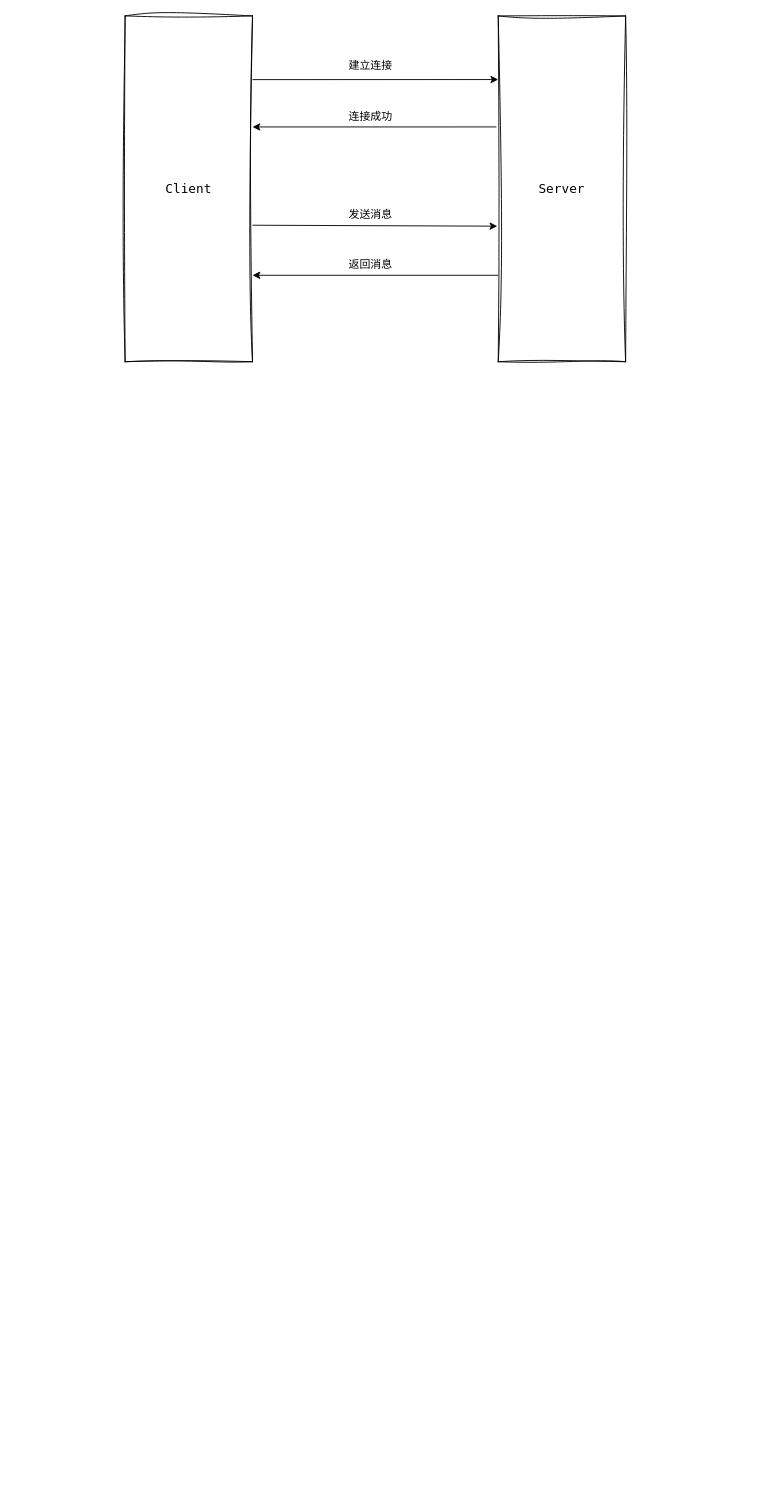
This is page "第 6 页" (6 of 9) of Drawio/Netty.drawio from xinzhuxiansheng/blog-notes, a draw.io file, before an edit. Source tidied: cells renumbered, new cells numbered last; positions are measured from the earlier drawing's top-left corner, leaving out a move shared by most shapes. Both pictures are drawn from the tidied source at 91%, with x=0, y=0 at pixel (125, 15).
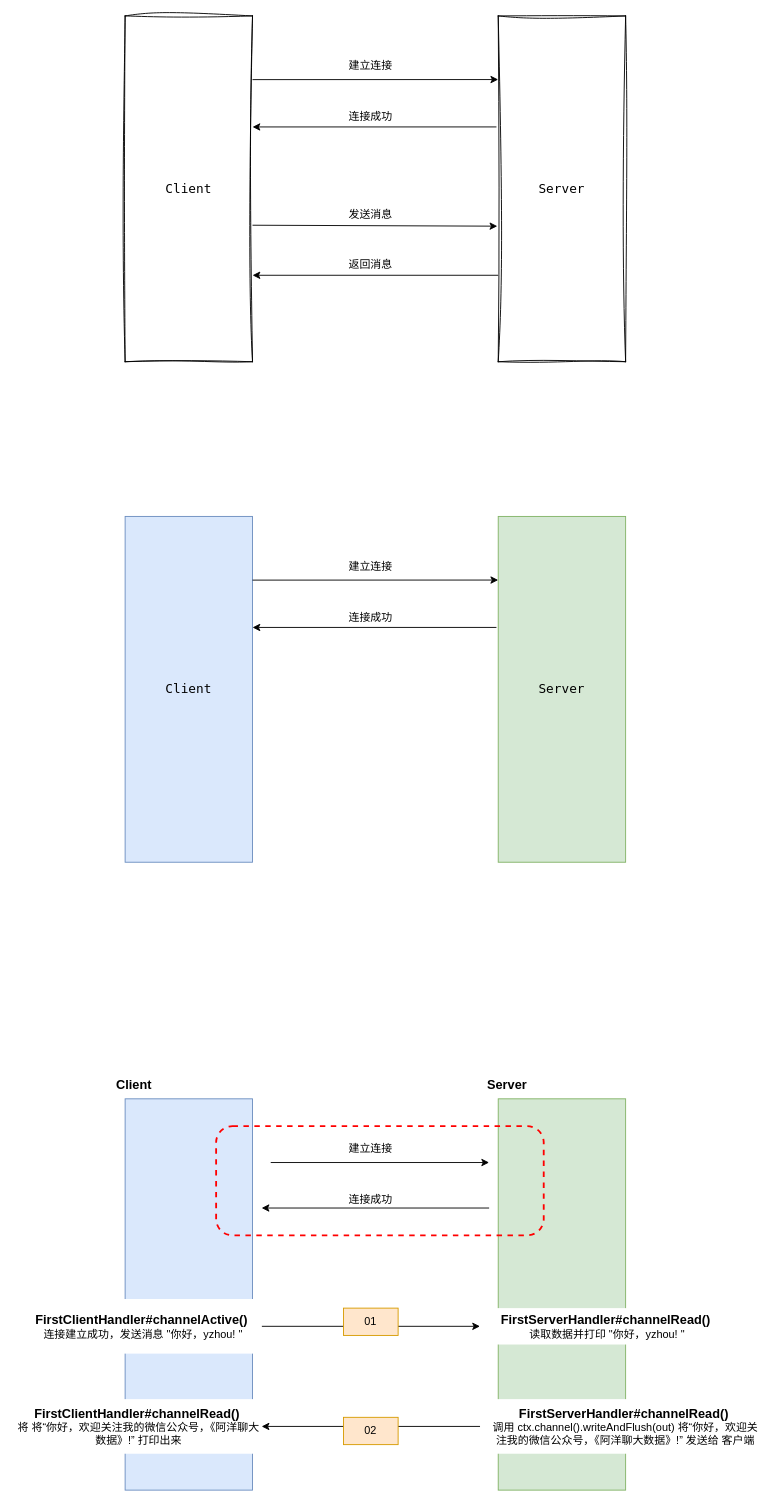
After the change.

Diff of the diagram source:
```diff
@@
+    <mxCell id="12" value="Client" style="rounded=0;whiteSpace=wrap;html=1;fontFamily=Lucida Console;fontSize=14;fillColor=#dae8fc;strokeColor=#6c8ebf;" parent="1" vertex="1">
+      <mxGeometry y="550" width="140" height="380" as="geometry" />
+    </mxCell>
+    <mxCell id="13" value="Server" style="rounded=0;whiteSpace=wrap;html=1;fontFamily=Lucida Console;fontSize=14;fillColor=#d5e8d4;strokeColor=#82b366;" parent="1" vertex="1">
+      <mxGeometry x="410" y="550" width="140" height="380" as="geometry" />
+    </mxCell>
+    <mxCell id="14" style="endArrow=classic;html=1;rounded=0;entryX=0;entryY=0.184;entryDx=0;entryDy=0;entryPerimeter=0;" parent="1" edge="1" target="13">
+      <mxGeometry relative="1" as="geometry">
+        <mxPoint x="140" y="620" as="sourcePoint" />
+      </mxGeometry>
+    </mxCell>
+    <mxCell id="15" value="建立连接" style="text;html=1;strokeColor=none;fillColor=none;align=center;verticalAlign=middle;whiteSpace=wrap;rounded=0;" parent="1" vertex="1">
+      <mxGeometry x="240" y="590" width="60" height="30" as="geometry" />
+    </mxCell>
+    <mxCell id="16" style="endArrow=classic;html=1;rounded=0;exitX=-0.014;exitY=0.321;exitDx=0;exitDy=0;exitPerimeter=0;" parent="1" edge="1" source="13">
+      <mxGeometry relative="1" as="geometry">
+        <mxPoint x="140" y="672" as="targetPoint" />
+      </mxGeometry>
+    </mxCell>
+    <mxCell id="17" value="连接成功" style="text;html=1;strokeColor=none;fillColor=none;align=center;verticalAlign=middle;whiteSpace=wrap;rounded=0;" parent="1" vertex="1">
+      <mxGeometry x="240" y="646" width="60" height="30" as="geometry" />
+    </mxCell>
+    <mxCell id="18" style="rounded=0;whiteSpace=wrap;html=1;fontFamily=Lucida Console;fontSize=14;fillColor=#dae8fc;strokeColor=#6c8ebf;" parent="1" vertex="1">
+      <mxGeometry y="1190" width="140" height="430" as="geometry" />
+    </mxCell>
+    <mxCell id="19" style="rounded=0;whiteSpace=wrap;html=1;fontFamily=Lucida Console;fontSize=14;fillColor=#d5e8d4;strokeColor=#82b366;" parent="1" vertex="1">
+      <mxGeometry x="410" y="1190" width="140" height="430" as="geometry" />
+    </mxCell>
+    <mxCell id="20" style="endArrow=classic;html=1;rounded=0;" parent="1" edge="1">
+      <mxGeometry relative="1" as="geometry">
+        <mxPoint x="160" y="1260" as="sourcePoint" />
+        <mxPoint x="400" y="1260" as="targetPoint" />
+      </mxGeometry>
+    </mxCell>
+    <mxCell id="21" value="建立连接" style="text;html=1;strokeColor=none;fillColor=none;align=center;verticalAlign=middle;whiteSpace=wrap;rounded=0;" parent="1" vertex="1">
+      <mxGeometry x="240" y="1230" width="60" height="30" as="geometry" />
+    </mxCell>
+    <mxCell id="22" style="endArrow=classic;html=1;rounded=0;" parent="1" edge="1">
+      <mxGeometry relative="1" as="geometry">
+        <mxPoint x="400" y="1310" as="sourcePoint" />
+        <mxPoint x="150" y="1310" as="targetPoint" />
+      </mxGeometry>
+    </mxCell>
+    <mxCell id="23" value="连接成功" style="text;html=1;strokeColor=none;fillColor=none;align=center;verticalAlign=middle;whiteSpace=wrap;rounded=0;" parent="1" vertex="1">
+      <mxGeometry x="240" y="1286" width="60" height="30" as="geometry" />
+    </mxCell>
+    <mxCell id="24" style="rounded=1;whiteSpace=wrap;html=1;fillColor=none;dashed=1;strokeColor=#FF0000;strokeWidth=2;" parent="1" vertex="1">
+      <mxGeometry x="100" y="1220" width="360" height="120" as="geometry" />
+    </mxCell>
+    <mxCell id="25" style="endArrow=classic;html=1;rounded=0;" parent="1" edge="1">
+      <mxGeometry relative="1" as="geometry">
+        <mxPoint x="150" y="1440" as="sourcePoint" />
+        <mxPoint x="390" y="1440" as="targetPoint" />
+      </mxGeometry>
+    </mxCell>
+    <mxCell id="26" value="&lt;b&gt;&lt;font style=&quot;font-size: 14px;&quot;&gt;FirstClientHandler#channelActive()&lt;/font&gt;&lt;/b&gt;&amp;nbsp;&lt;div&gt;连接建立成功，发送消息 &quot;你好，yzhou! &quot;&lt;/div&gt;" style="text;html=1;align=center;verticalAlign=middle;whiteSpace=wrap;rounded=0;fillColor=default;" parent="1" vertex="1">
+      <mxGeometry x="-110" y="1410" width="260" height="60" as="geometry" />
+    </mxCell>
+    <mxCell id="27" value="Client" style="text;html=1;align=center;verticalAlign=middle;whiteSpace=wrap;rounded=0;fontStyle=1;fontSize=14;" parent="1" vertex="1">
+      <mxGeometry x="-20" y="1160" width="60" height="30" as="geometry" />
+    </mxCell>
+    <mxCell id="28" value="Server" style="text;html=1;align=center;verticalAlign=middle;whiteSpace=wrap;rounded=0;fontStyle=1;fontSize=14;" parent="1" vertex="1">
+      <mxGeometry x="390" y="1160" width="60" height="30" as="geometry" />
+    </mxCell>
+    <mxCell id="29" value="&lt;b&gt;&lt;font style=&quot;font-size: 14px;&quot;&gt;FirstServerHandler#channelRead()&lt;/font&gt;&lt;/b&gt;&amp;nbsp;&lt;div&gt;读取数据并打印 &quot;你好，yzhou! &quot;&lt;/div&gt;" style="text;html=1;align=center;verticalAlign=middle;whiteSpace=wrap;rounded=0;fillColor=default;" parent="1" vertex="1">
+      <mxGeometry x="400" y="1420" width="260" height="40" as="geometry" />
+    </mxCell>
+    <mxCell id="30" value="01" style="text;html=1;align=center;verticalAlign=middle;whiteSpace=wrap;rounded=0;fillColor=#ffe6cc;strokeColor=#d79b00;" parent="1" vertex="1">
+      <mxGeometry x="240" y="1420" width="60" height="30" as="geometry" />
+    </mxCell>
+    <mxCell id="31" style="endArrow=classic;html=1;rounded=0;" parent="1" edge="1">
+      <mxGeometry relative="1" as="geometry">
+        <mxPoint x="390" y="1550" as="sourcePoint" />
+        <mxPoint x="150" y="1550" as="targetPoint" />
+      </mxGeometry>
+    </mxCell>
+    <mxCell id="32" value="02" style="text;html=1;align=center;verticalAlign=middle;whiteSpace=wrap;rounded=0;fillColor=#ffe6cc;strokeColor=#d79b00;" parent="1" vertex="1">
+      <mxGeometry x="240" y="1540" width="60" height="30" as="geometry" />
+    </mxCell>
+    <mxCell id="33" value="&lt;b&gt;&lt;font style=&quot;font-size: 14px;&quot;&gt;FirstServerHandler#channelRead()&lt;/font&gt;&lt;/b&gt;&amp;nbsp;&lt;div&gt;调用 ctx.channel().writeAndFlush(out) 将“你好，欢迎关注我的微信公众号，《阿洋聊大数据》!” 发送给 客户端&lt;/div&gt;" style="text;html=1;align=center;verticalAlign=middle;whiteSpace=wrap;rounded=0;fillColor=default;" parent="1" vertex="1">
+      <mxGeometry x="400" y="1520" width="300" height="60" as="geometry" />
+    </mxCell>
+    <mxCell id="34" value="&lt;b&gt;&lt;font style=&quot;font-size: 14px;&quot;&gt;FirstClientHandler#channelRead()&lt;/font&gt;&lt;/b&gt;&lt;span style=&quot;background-color: initial;&quot;&gt;&amp;nbsp;&lt;/span&gt;&lt;div&gt;将&amp;nbsp;&lt;span style=&quot;background-color: initial;&quot;&gt;将“你好，欢迎关注我的微信公众号，《阿洋聊大数据》!” 打印出来&lt;/span&gt;&lt;/div&gt;" style="text;html=1;align=center;verticalAlign=middle;whiteSpace=wrap;rounded=0;fillColor=default;" parent="1" vertex="1">
+      <mxGeometry x="-120" y="1520" width="270" height="60" as="geometry" />
+    </mxCell>
```
